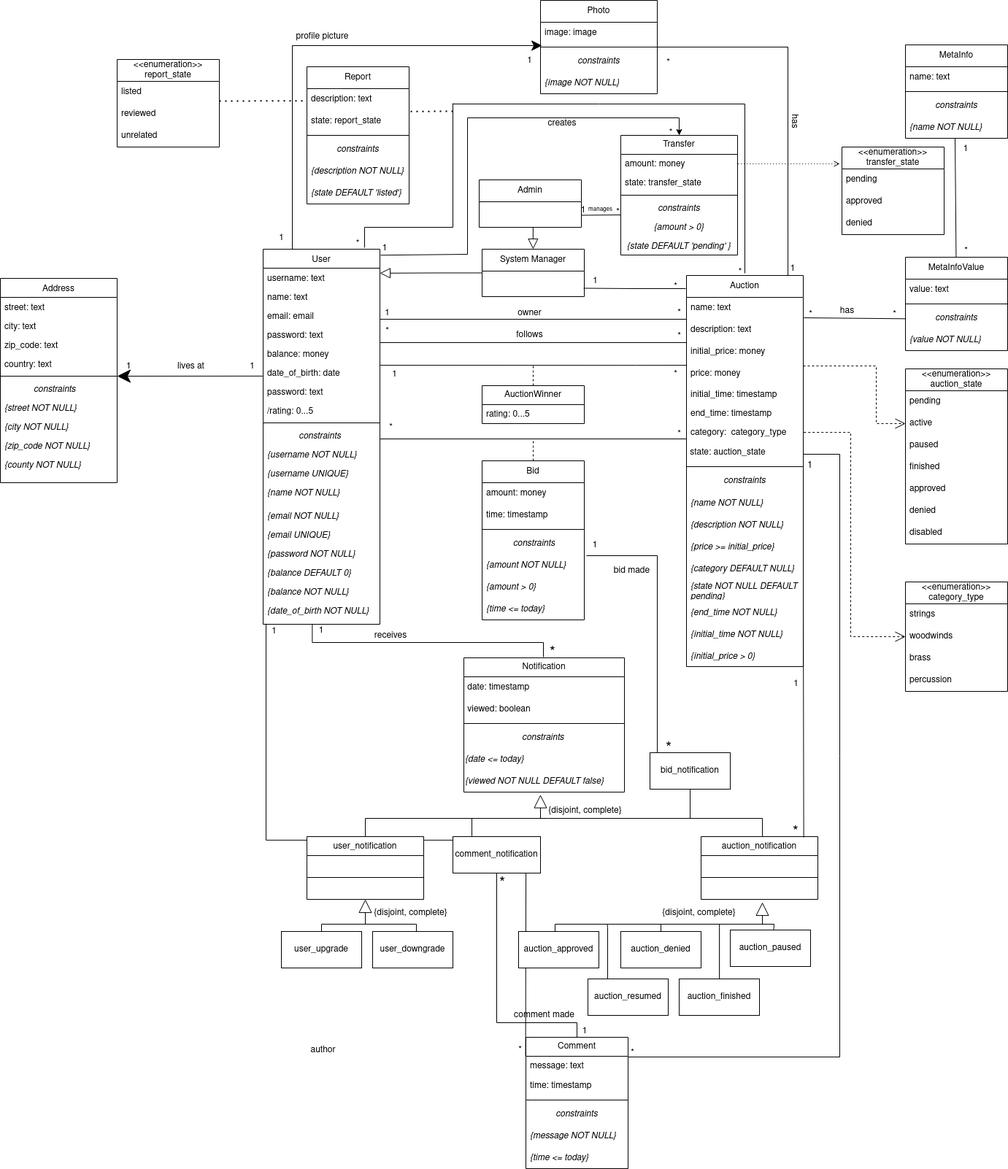
Earlier version of the draw.io export wiki/resources/UML.png (Sereno1710/feup-lbaw). Source tidied: cells renumbered, new cells last; positions are measured from the earlier drawing's top-left corner, leaving out a move shared by most shapes.
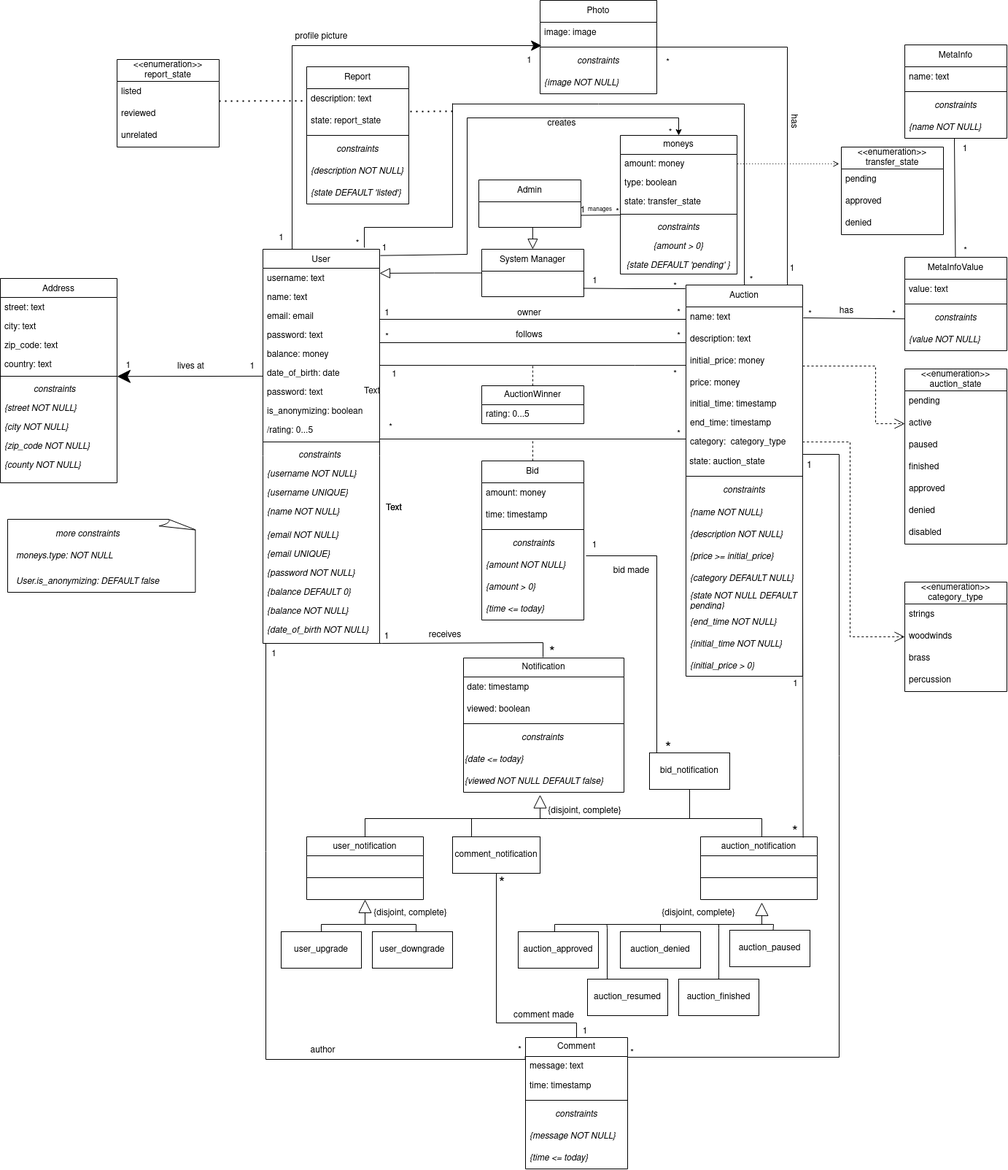
Later version of the same file.

Diff of the diagram source:
```diff
@@ -2,17 +2,19 @@
   <root>
     <mxCell id="0" />
     <mxCell id="1" parent="0" />
-    <mxCell id="2" style="edgeStyle=orthogonalEdgeStyle;rounded=0;jettySize=auto;html=1;endArrow=none;endFill=0;exitX=0.421;exitY=0.99;exitDx=0;exitDy=0;exitPerimeter=0;" parent="1" edge="1" source="22">
+    <mxCell id="2" style="edgeStyle=orthogonalEdgeStyle;rounded=0;jettySize=auto;html=1;endArrow=none;endFill=0;exitX=1;exitY=0.5;exitDx=0;exitDy=0;" parent="1" edge="1" source="22">
       <mxGeometry relative="1" as="geometry">
         <mxPoint x="744" y="900" as="targetPoint" />
         <Array as="points">
-          <mxPoint x="427" y="880" />
+          <mxPoint x="520" y="881" />
+          <mxPoint x="523" y="881" />
+          <mxPoint x="523" y="880" />
           <mxPoint x="744" y="880" />
         </Array>
       </mxGeometry>
     </mxCell>
     <mxCell id="3" value="User" style="swimlane;fontStyle=0;align=center;verticalAlign=top;horizontal=1;startSize=26;rounded=0;shadow=0;strokeWidth=1;fontSize=12;" parent="1" vertex="1">
-      <mxGeometry x="360" y="341" width="160" height="514" as="geometry" />
+      <mxGeometry x="360" y="341" width="160" height="540" as="geometry" />
     </mxCell>
     <mxCell id="4" value="username: text" style="text;align=left;verticalAlign=top;spacingLeft=4;spacingRight=4;overflow=hidden;points=[[0,0.5],[1,0.5]];portConstraint=eastwest;fontSize=12;" parent="3" vertex="1">
       <mxGeometry y="26" width="160" height="26" as="geometry" />
@@ -35,41 +37,44 @@
     <mxCell id="10" value="password: text" style="text;align=left;verticalAlign=top;spacingLeft=4;spacingRight=4;overflow=hidden;rounded=0;shadow=0;html=0;fontSize=12;" parent="3" vertex="1">
       <mxGeometry y="182" width="160" height="26" as="geometry" />
     </mxCell>
+    <mxCell id="241" value="is_anonymizing: boolean" style="text;align=left;verticalAlign=top;spacingLeft=4;spacingRight=4;overflow=hidden;rounded=0;shadow=0;html=0;fontSize=12;" parent="3" vertex="1">
+      <mxGeometry y="208" width="160" height="26" as="geometry" />
+    </mxCell>
     <mxCell id="11" value="/rating: 0...5" style="text;align=left;verticalAlign=top;spacingLeft=4;spacingRight=4;overflow=hidden;rounded=0;shadow=0;html=0;fontSize=12;" parent="3" vertex="1">
-      <mxGeometry y="208" width="160" height="26" as="geometry" />
+      <mxGeometry y="234" width="160" height="26" as="geometry" />
     </mxCell>
     <mxCell id="12" style="line;html=1;strokeWidth=1;align=left;verticalAlign=middle;spacingTop=-1;spacingLeft=3;spacingRight=3;labelPosition=right;fontSize=12;" parent="3" vertex="1">
-      <mxGeometry y="234" width="160" height="8" as="geometry" />
+      <mxGeometry y="260" width="160" height="8" as="geometry" />
     </mxCell>
     <mxCell id="13" value="             constraints" style="text;align=left;verticalAlign=top;spacingLeft=4;spacingRight=4;overflow=hidden;fontStyle=2;fontSize=12;" parent="3" vertex="1">
-      <mxGeometry y="242" width="160" height="26" as="geometry" />
+      <mxGeometry y="268" width="160" height="26" as="geometry" />
     </mxCell>
     <mxCell id="14" value="{username NOT NULL}" style="text;align=left;verticalAlign=top;spacingLeft=4;spacingRight=4;overflow=hidden;fontStyle=2;fontSize=12;" parent="3" vertex="1">
-      <mxGeometry y="268" width="160" height="26" as="geometry" />
+      <mxGeometry y="294" width="160" height="26" as="geometry" />
     </mxCell>
     <mxCell id="15" value="{username UNIQUE}" style="text;align=left;verticalAlign=top;spacingLeft=4;spacingRight=4;overflow=hidden;fontStyle=2;fontSize=12;" parent="3" vertex="1">
-      <mxGeometry y="294" width="160" height="26" as="geometry" />
+      <mxGeometry y="320" width="160" height="26" as="geometry" />
     </mxCell>
     <mxCell id="16" value="{name NOT NULL}" style="text;align=left;verticalAlign=top;spacingLeft=4;spacingRight=4;overflow=hidden;fontStyle=2;fontSize=12;" parent="3" vertex="1">
-      <mxGeometry y="320" width="160" height="32" as="geometry" />
+      <mxGeometry y="346" width="160" height="32" as="geometry" />
     </mxCell>
     <mxCell id="17" value="{email NOT NULL}" style="text;align=left;verticalAlign=top;spacingLeft=4;spacingRight=4;overflow=hidden;fontStyle=2;fontSize=12;" parent="3" vertex="1">
-      <mxGeometry y="352" width="160" height="26" as="geometry" />
+      <mxGeometry y="378" width="160" height="26" as="geometry" />
     </mxCell>
     <mxCell id="18" value="{email UNIQUE}" style="text;align=left;verticalAlign=top;spacingLeft=4;spacingRight=4;overflow=hidden;fontStyle=2;fontSize=12;" parent="3" vertex="1">
-      <mxGeometry y="378" width="160" height="26" as="geometry" />
+      <mxGeometry y="404" width="160" height="26" as="geometry" />
     </mxCell>
     <mxCell id="19" value="{password NOT NULL}" style="text;align=left;verticalAlign=top;spacingLeft=4;spacingRight=4;overflow=hidden;fontStyle=2;fontSize=12;" parent="3" vertex="1">
-      <mxGeometry y="404" width="160" height="26" as="geometry" />
+      <mxGeometry y="430" width="160" height="26" as="geometry" />
     </mxCell>
     <mxCell id="20" value="{balance DEFAULT 0}" style="text;align=left;verticalAlign=top;spacingLeft=4;spacingRight=4;overflow=hidden;fontStyle=2;fontSize=12;" parent="3" vertex="1">
-      <mxGeometry y="430" width="160" height="26" as="geometry" />
+      <mxGeometry y="456" width="160" height="26" as="geometry" />
     </mxCell>
     <mxCell id="21" value="{balance NOT NULL}" style="text;align=left;verticalAlign=top;spacingLeft=4;spacingRight=4;overflow=hidden;fontStyle=2;fontSize=12;" parent="3" vertex="1">
-      <mxGeometry y="456" width="160" height="26" as="geometry" />
+      <mxGeometry y="482" width="160" height="26" as="geometry" />
     </mxCell>
     <mxCell id="22" value="{date_of_birth NOT NULL}" style="text;align=left;verticalAlign=top;spacingLeft=4;spacingRight=4;overflow=hidden;points=[[0,0.5],[1,0.5]];portConstraint=eastwest;fontStyle=2;fontSize=12;" parent="3" vertex="1">
-      <mxGeometry y="482" width="160" height="32" as="geometry" />
+      <mxGeometry y="508" width="160" height="32" as="geometry" />
     </mxCell>
     <mxCell id="23" value="Address" style="swimlane;fontStyle=0;align=center;verticalAlign=top;horizontal=1;startSize=26;rounded=0;shadow=0;strokeWidth=1;fontSize=12;" parent="1" vertex="1">
       <mxGeometry y="381" width="160" height="280" as="geometry" />
@@ -138,7 +143,7 @@
       <mxGeometry x="656" y="246" width="140" height="65" as="geometry" />
     </mxCell>
     <mxCell id="41" value="Auction" style="swimlane;fontStyle=0;horizontal=1;startSize=30;whiteSpace=wrap;html=1;fontSize=12;" parent="1" vertex="1">
-      <mxGeometry x="940" y="377" width="160" height="536" as="geometry" />
+      <mxGeometry x="940" y="390" width="160" height="536" as="geometry" />
     </mxCell>
     <mxCell id="42" value="name: text" style="text;strokeColor=none;fillColor=none;align=left;verticalAlign=middle;spacingLeft=4;spacingRight=4;overflow=hidden;whiteSpace=wrap;html=1;fontSize=12;" parent="41" vertex="1">
       <mxGeometry y="30" width="160" height="30" as="geometry" />
@@ -344,9 +349,14 @@
     <mxCell id="104" value="*" style="text;html=1;align=center;verticalAlign=middle;strokeColor=none;fillColor=none;fontSize=12;" parent="1" vertex="1">
       <mxGeometry x="1308" y="329" width="30" height="30" as="geometry" />
     </mxCell>
-    <mxCell id="105" style="edgeStyle=orthogonalEdgeStyle;rounded=0;jettySize=auto;html=1;endArrow=none;endFill=0;fontSize=12;exitX=-0.003;exitY=0.068;exitDx=0;exitDy=0;exitPerimeter=0;entryX=0.025;entryY=0.979;entryDx=0;entryDy=0;entryPerimeter=0;" parent="1" edge="1" target="22">
+    <mxCell id="105" style="edgeStyle=orthogonalEdgeStyle;rounded=0;orthogonalLoop=1;jettySize=auto;html=1;endArrow=none;endFill=0;fontSize=12;exitX=-0.003;exitY=0.068;exitDx=0;exitDy=0;exitPerimeter=0;" parent="1" edge="1">
       <mxGeometry relative="1" as="geometry">
         <mxPoint x="719.6" y="1446.8" as="sourcePoint" />
+        <mxPoint x="364" y="881" as="targetPoint" />
+        <Array as="points">
+          <mxPoint x="720" y="1451" />
+          <mxPoint x="364" y="1451" />
+        </Array>
       </mxGeometry>
     </mxCell>
     <mxCell id="106" value="*" style="text;html=1;align=center;verticalAlign=middle;strokeColor=none;fillColor=none;fontSize=12;" parent="1" vertex="1">
@@ -386,7 +396,7 @@
       <mxGeometry x="915" y="414" width="30" height="30" as="geometry" />
     </mxCell>
     <mxCell id="115" value="*" style="text;html=1;align=center;verticalAlign=middle;strokeColor=none;fillColor=none;" parent="1" vertex="1">
-      <mxGeometry x="515" y="439" width="30" height="30" as="geometry" />
+      <mxGeometry x="515" y="447" width="30" height="30" as="geometry" />
     </mxCell>
     <mxCell id="116" value="follows" style="text;html=1;align=center;verticalAlign=middle;strokeColor=none;fillColor=none;" parent="1" vertex="1">
       <mxGeometry x="695" y="444" width="60" height="30" as="geometry" />
@@ -431,7 +441,7 @@
       <mxGeometry x="915" y="580" width="30" height="30" as="geometry" />
     </mxCell>
     <mxCell id="128" value="1" style="text;html=1;align=center;verticalAlign=middle;strokeColor=none;fillColor=none;" parent="1" vertex="1">
-      <mxGeometry x="360" y="850" width="30" height="30" as="geometry" />
+      <mxGeometry x="360" y="881" width="30" height="30" as="geometry" />
     </mxCell>
     <mxCell id="129" value="*" style="text;html=1;align=center;verticalAlign=middle;strokeColor=none;fillColor=none;" parent="1" vertex="1">
       <mxGeometry x="697" y="1424" width="30" height="30" as="geometry" />
@@ -681,7 +691,7 @@
       <mxGeometry x="1075" y="922" width="30" height="30" as="geometry" />
     </mxCell>
     <mxCell id="188" value="1" style="text;html=1;strokeColor=none;fillColor=none;align=center;verticalAlign=middle;whiteSpace=wrap;rounded=0;" parent="1" vertex="1">
-      <mxGeometry x="410" y="849" width="60" height="30" as="geometry" />
+      <mxGeometry x="500" y="857" width="60" height="30" as="geometry" />
     </mxCell>
     <mxCell id="189" value="*" style="text;html=1;strokeColor=none;fillColor=none;align=center;verticalAlign=middle;whiteSpace=wrap;rounded=0;fontSize=20;" parent="1" vertex="1">
       <mxGeometry x="727" y="880" width="60" height="30" as="geometry" />
@@ -747,9 +757,8 @@
     <mxCell id="204" value="*" style="text;html=1;strokeColor=none;fillColor=none;align=center;verticalAlign=middle;whiteSpace=wrap;rounded=0;" parent="1" vertex="1">
       <mxGeometry x="460" y="319" width="60" height="30" as="geometry" />
     </mxCell>
-    <mxCell id="205" style="endArrow=none;html=1;rounded=0;" parent="1" edge="1">
+    <mxCell id="205" style="endArrow=none;html=1;rounded=0;exitX=0.5;exitY=0;exitDx=0;exitDy=0;" parent="1" edge="1" source="41">
       <mxGeometry relative="1" as="geometry">
-        <mxPoint x="1020" y="374" as="sourcePoint" />
         <mxPoint x="620" y="142" as="targetPoint" />
         <Array as="points">
           <mxPoint x="1020" y="142" />
@@ -758,7 +767,7 @@
       </mxGeometry>
     </mxCell>
     <mxCell id="206" value="*" style="text;html=1;strokeColor=none;fillColor=none;align=center;verticalAlign=middle;whiteSpace=wrap;rounded=0;" parent="1" vertex="1">
-      <mxGeometry x="984" y="358" width="60" height="30" as="geometry" />
+      <mxGeometry x="1000" y="369" width="60" height="30" as="geometry" />
     </mxCell>
     <mxCell id="207" value="1" style="text;html=1;strokeColor=none;fillColor=none;align=center;verticalAlign=middle;whiteSpace=wrap;rounded=0;" parent="1" vertex="1">
       <mxGeometry x="1056" y="353" width="60" height="30" as="geometry" />
@@ -772,7 +781,7 @@
       <mxGeometry x="830" y="767" width="70" height="30" as="geometry" />
     </mxCell>
     <mxCell id="210" value="receives" style="text;html=1;strokeColor=none;fillColor=none;align=center;verticalAlign=middle;whiteSpace=wrap;rounded=0;" parent="1" vertex="1">
-      <mxGeometry x="505" y="856" width="60" height="30" as="geometry" />
+      <mxGeometry x="580" y="855" width="60" height="30" as="geometry" />
     </mxCell>
     <mxCell id="211" value="has" style="text;html=1;strokeColor=none;fillColor=none;align=center;verticalAlign=middle;whiteSpace=wrap;rounded=0;rotation=90;" parent="1" vertex="1">
       <mxGeometry x="1059" y="151" width="60" height="30" as="geometry" />
@@ -806,26 +815,29 @@
         </Array>
       </mxGeometry>
     </mxCell>
-    <mxCell id="217" value="Transfer" style="swimlane;fontStyle=0;horizontal=1;startSize=26;fillColor=none;whiteSpace=wrap;html=1;" parent="1" vertex="1">
-      <mxGeometry x="850" y="185" width="160" height="164" as="geometry" />
+    <mxCell id="217" value="moneys" style="swimlane;fontStyle=0;horizontal=1;startSize=26;fillColor=none;whiteSpace=wrap;html=1;" parent="1" vertex="1">
+      <mxGeometry x="850" y="185" width="160" height="190" as="geometry" />
     </mxCell>
     <mxCell id="218" value="amount: money" style="text;strokeColor=none;fillColor=none;align=left;verticalAlign=top;spacingLeft=4;spacingRight=4;overflow=hidden;points=[[0,0.5],[1,0.5]];portConstraint=eastwest;whiteSpace=wrap;html=1;" parent="217" vertex="1">
       <mxGeometry y="26" width="160" height="26" as="geometry" />
     </mxCell>
+    <mxCell id="242" value="type: boolean" style="text;strokeColor=none;fillColor=none;align=left;verticalAlign=top;spacingLeft=4;spacingRight=4;overflow=hidden;whiteSpace=wrap;html=1;" parent="217" vertex="1">
+      <mxGeometry y="52" width="160" height="26" as="geometry" />
+    </mxCell>
     <mxCell id="219" value="state: transfer_state" style="text;strokeColor=none;fillColor=none;align=left;verticalAlign=top;spacingLeft=4;spacingRight=4;overflow=hidden;whiteSpace=wrap;html=1;" parent="217" vertex="1">
-      <mxGeometry y="52" width="160" height="26" as="geometry" />
+      <mxGeometry y="78" width="160" height="26" as="geometry" />
     </mxCell>
     <mxCell id="220" style="line;strokeWidth=1;fillColor=none;align=left;verticalAlign=middle;spacingTop=-1;spacingLeft=3;spacingRight=3;labelPosition=right;strokeColor=inherit;" parent="217" vertex="1">
-      <mxGeometry y="78" width="160" height="8" as="geometry" />
+      <mxGeometry y="104" width="160" height="8" as="geometry" />
     </mxCell>
     <mxCell id="221" value="&lt;div align=&quot;center&quot;&gt;&lt;i&gt;constraints&lt;/i&gt;&lt;/div&gt;" style="text;strokeColor=none;fillColor=none;align=center;verticalAlign=top;spacingLeft=4;spacingRight=4;overflow=hidden;whiteSpace=wrap;html=1;" parent="217" vertex="1">
-      <mxGeometry y="86" width="160" height="26" as="geometry" />
+      <mxGeometry y="112" width="160" height="26" as="geometry" />
     </mxCell>
     <mxCell id="222" value="&lt;i&gt;{amount &amp;gt; 0}&lt;/i&gt;" style="text;strokeColor=none;fillColor=none;align=center;verticalAlign=top;spacingLeft=4;spacingRight=4;overflow=hidden;whiteSpace=wrap;html=1;" parent="217" vertex="1">
-      <mxGeometry y="112" width="160" height="26" as="geometry" />
+      <mxGeometry y="138" width="160" height="26" as="geometry" />
     </mxCell>
     <mxCell id="223" value="&lt;i&gt;{state DEFAULT 'pending' }&lt;/i&gt;" style="text;strokeColor=none;fillColor=none;align=center;verticalAlign=top;spacingLeft=4;spacingRight=4;overflow=hidden;whiteSpace=wrap;html=1;" parent="217" vertex="1">
-      <mxGeometry y="138" width="160" height="26" as="geometry" />
+      <mxGeometry y="164" width="160" height="26" as="geometry" />
     </mxCell>
     <mxCell id="224" value="1" style="text;html=1;strokeColor=none;fillColor=none;align=center;verticalAlign=middle;whiteSpace=wrap;rounded=0;" parent="1" vertex="1">
       <mxGeometry x="497" y="325" width="60" height="30" as="geometry" />
@@ -885,5 +897,26 @@
     <mxCell id="240" value="unrelated" style="text;strokeColor=none;fillColor=none;align=left;verticalAlign=middle;spacingLeft=4;spacingRight=4;overflow=hidden;whiteSpace=wrap;html=1;" parent="237" vertex="1">
       <mxGeometry y="90" width="140" height="30" as="geometry" />
     </mxCell>
+    <mxCell id="243" style="whiteSpace=wrap;html=1;shape=mxgraph.basic.document;" parent="1" vertex="1">
+      <mxGeometry x="10" y="711" width="260" height="100" as="geometry" />
+    </mxCell>
+    <mxCell id="244" value="&lt;div align=&quot;left&quot;&gt;&lt;i&gt;moneys.type: NOT NULL&lt;br&gt;&lt;/i&gt;&lt;/div&gt;" style="text;html=1;strokeColor=none;fillColor=none;align=left;verticalAlign=middle;whiteSpace=wrap;rounded=0;" parent="1" vertex="1">
+      <mxGeometry x="20" y="746" width="200" height="30" as="geometry" />
+    </mxCell>
+    <mxCell id="245" value="Text" style="text;html=1;strokeColor=none;fillColor=none;align=center;verticalAlign=middle;whiteSpace=wrap;rounded=0;" parent="1" vertex="1">
+      <mxGeometry x="510" y="681" width="60" height="30" as="geometry" />
+    </mxCell>
+    <mxCell id="246" value="Text" style="text;html=1;strokeColor=none;fillColor=none;align=center;verticalAlign=middle;whiteSpace=wrap;rounded=0;" parent="1" vertex="1">
+      <mxGeometry x="510" y="681" width="60" height="30" as="geometry" />
+    </mxCell>
+    <mxCell id="247" value="&lt;div align=&quot;left&quot;&gt;&lt;i&gt;User.is_anonymizing: DEFAULT false&lt;/i&gt;&lt;/div&gt;" style="text;html=1;strokeColor=none;fillColor=none;align=left;verticalAlign=middle;whiteSpace=wrap;rounded=0;" parent="1" vertex="1">
+      <mxGeometry x="20" y="781" width="220" height="30" as="geometry" />
+    </mxCell>
+    <mxCell id="248" value="Text" style="text;html=1;strokeColor=none;fillColor=none;align=center;verticalAlign=middle;whiteSpace=wrap;rounded=0;" parent="1" vertex="1">
+      <mxGeometry x="480" y="521" width="60" height="30" as="geometry" />
+    </mxCell>
+    <mxCell id="249" value="&lt;div align=&quot;center&quot;&gt;&lt;i&gt;more constraints&lt;/i&gt;&lt;/div&gt;" style="text;html=1;strokeColor=none;fillColor=none;align=center;verticalAlign=middle;whiteSpace=wrap;rounded=0;" parent="1" vertex="1">
+      <mxGeometry x="20" y="716" width="200" height="30" as="geometry" />
+    </mxCell>
   </root>
 </mxGraphModel>
```
